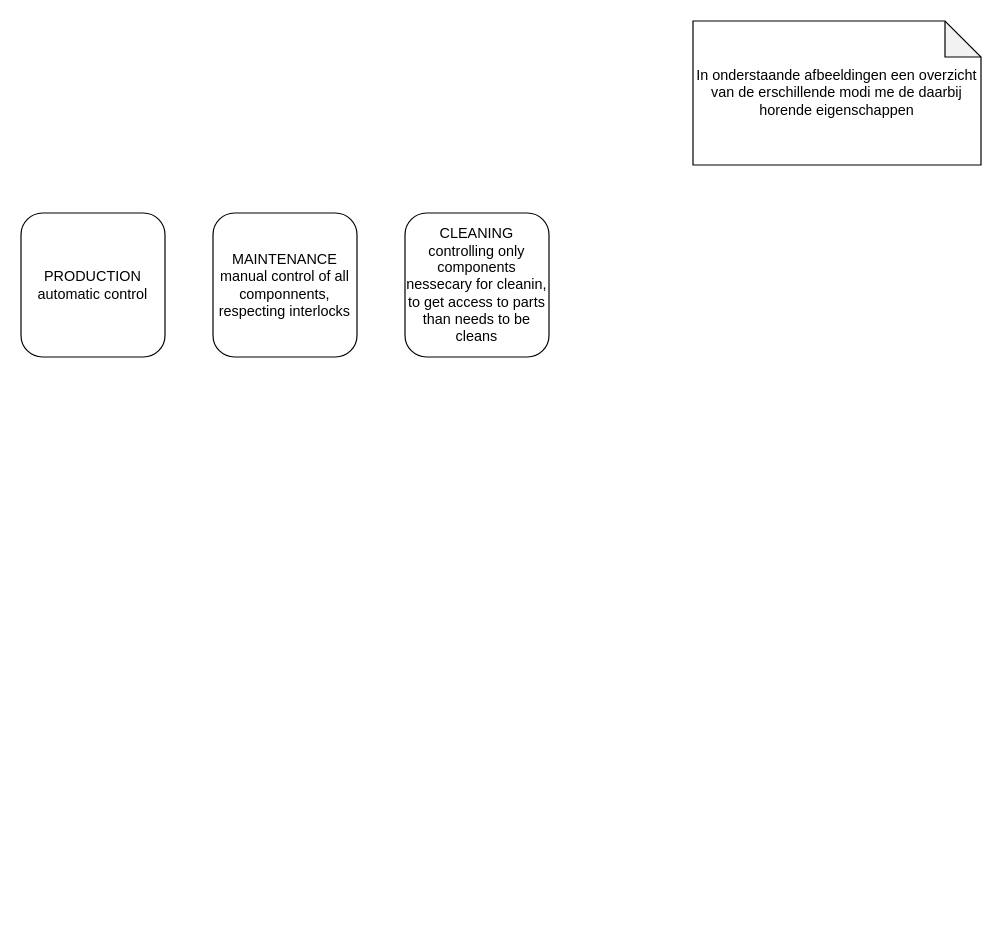
KMWE/KMWE_CleanroomConnect keeps this draw.io diagram as page "MODES" (7 of 7) of Documentation/Software architecture.drawio. Above is the earlier version. Source tidied: cells renumbered, new cells numbered last; positions are measured from the earlier drawing's top-left corner, leaving out a move shared by most shapes. Both pictures are drawn from the tidied source at 120%, with x=0, y=0 at pixel (20, 20).
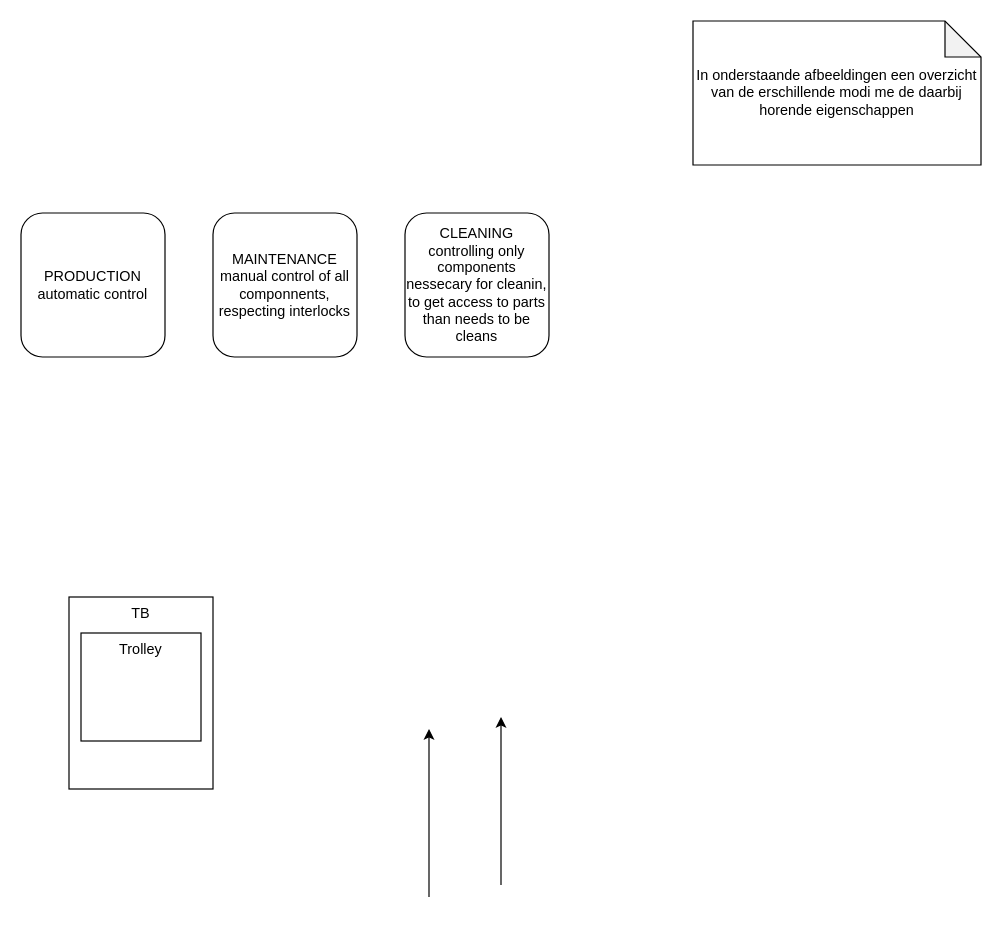
Above is the later version.

What changed in the source:
```diff
@@
 <mxGraphModel>
   <root>
     <mxCell id="0" />
     <mxCell id="1" parent="0" />
     <mxCell id="2" value="In onderstaande afbeeldingen een overzicht van de erschillende modi me de daarbij horende eigenschappen" style="shape=note;whiteSpace=wrap;html=1;backgroundOutline=1;darkOpacity=0.05;" parent="1" vertex="1">
       <mxGeometry x="560" width="240" height="120" as="geometry" />
     </mxCell>
     <mxCell id="3" value="PRODUCTION&lt;div&gt;&lt;div&gt;automatic control&lt;/div&gt;&lt;/div&gt;" style="rounded=1;whiteSpace=wrap;html=1;" parent="1" vertex="1">
       <mxGeometry y="160" width="120" height="120" as="geometry" />
     </mxCell>
     <mxCell id="4" value="&lt;div&gt;MAINTENANCE&lt;/div&gt;&lt;div&gt;&lt;span style=&quot;background-color: initial;&quot;&gt;manual control of all&lt;/span&gt;&lt;/div&gt;&lt;div&gt;&lt;span style=&quot;background-color: initial;&quot;&gt;componnents, respecting interlocks&lt;/span&gt;&lt;br&gt;&lt;/div&gt;" style="rounded=1;whiteSpace=wrap;html=1;" parent="1" vertex="1">
       <mxGeometry x="160" y="160" width="120" height="120" as="geometry" />
     </mxCell>
     <mxCell id="5" value="&lt;div&gt;&lt;span style=&quot;background-color: initial;&quot;&gt;CLEANING&lt;/span&gt;&lt;/div&gt;&lt;div&gt;controlling only components nessecary for cleanin, to get access to parts than needs to be cleans&lt;/div&gt;" style="rounded=1;whiteSpace=wrap;html=1;" parent="1" vertex="1">
       <mxGeometry x="320" y="160" width="120" height="120" as="geometry" />
     </mxCell>
+    <mxCell id="6" value="TB" style="rounded=0;whiteSpace=wrap;html=1;verticalAlign=top;" parent="1" vertex="1">
+      <mxGeometry x="40" y="480" width="120" height="160" as="geometry" />
+    </mxCell>
+    <mxCell id="7" value="Trolley" style="rounded=0;whiteSpace=wrap;html=1;verticalAlign=top;" parent="1" vertex="1">
+      <mxGeometry x="50" y="510" width="100" height="90" as="geometry" />
+    </mxCell>
+    <mxCell id="8" style="endArrow=classic;html=1;rounded=0;" parent="1" edge="1">
+      <mxGeometry relative="1" as="geometry">
+        <mxPoint x="400" y="720" as="sourcePoint" />
+        <mxPoint x="400" y="580" as="targetPoint" />
+      </mxGeometry>
+    </mxCell>
+    <mxCell id="9" style="endArrow=classic;html=1;rounded=0;" parent="1" edge="1">
+      <mxGeometry relative="1" as="geometry">
+        <mxPoint x="340" y="730" as="sourcePoint" />
+        <mxPoint x="340" y="590" as="targetPoint" />
+      </mxGeometry>
+    </mxCell>
   </root>
 </mxGraphModel>
```
